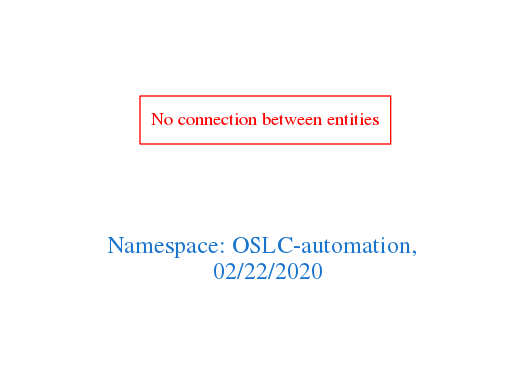
arago/OGIT keeps this Graphviz diagram as downloads/OSLC-automation.png. Above is the earlier version. Its source is kept beside it as downloads/OSLC-automation.dot.
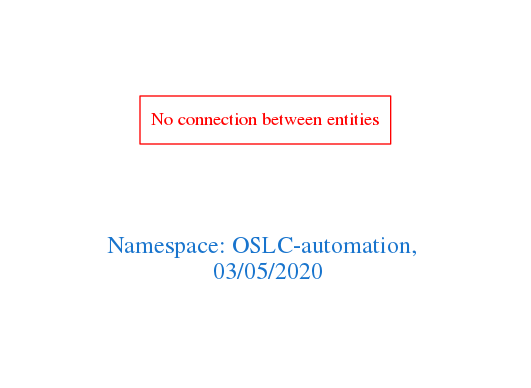
After the change.

What changed in the source:
```diff
@@ -1,7 +1,7 @@
 digraph OGIT_ontology {
  graph [ rankdir= LR,pad=1
 fontsize = 18,
-fontcolor= dodgerblue3,label = "\n\n\nNamespace: OSLC-automation, \n 02/22/2020"];
+fontcolor= dodgerblue3,label = "\n\n\nNamespace: OSLC-automation, \n 03/05/2020"];
 node[shape=polygon];
 edge [  color="gray81"];
 
```
